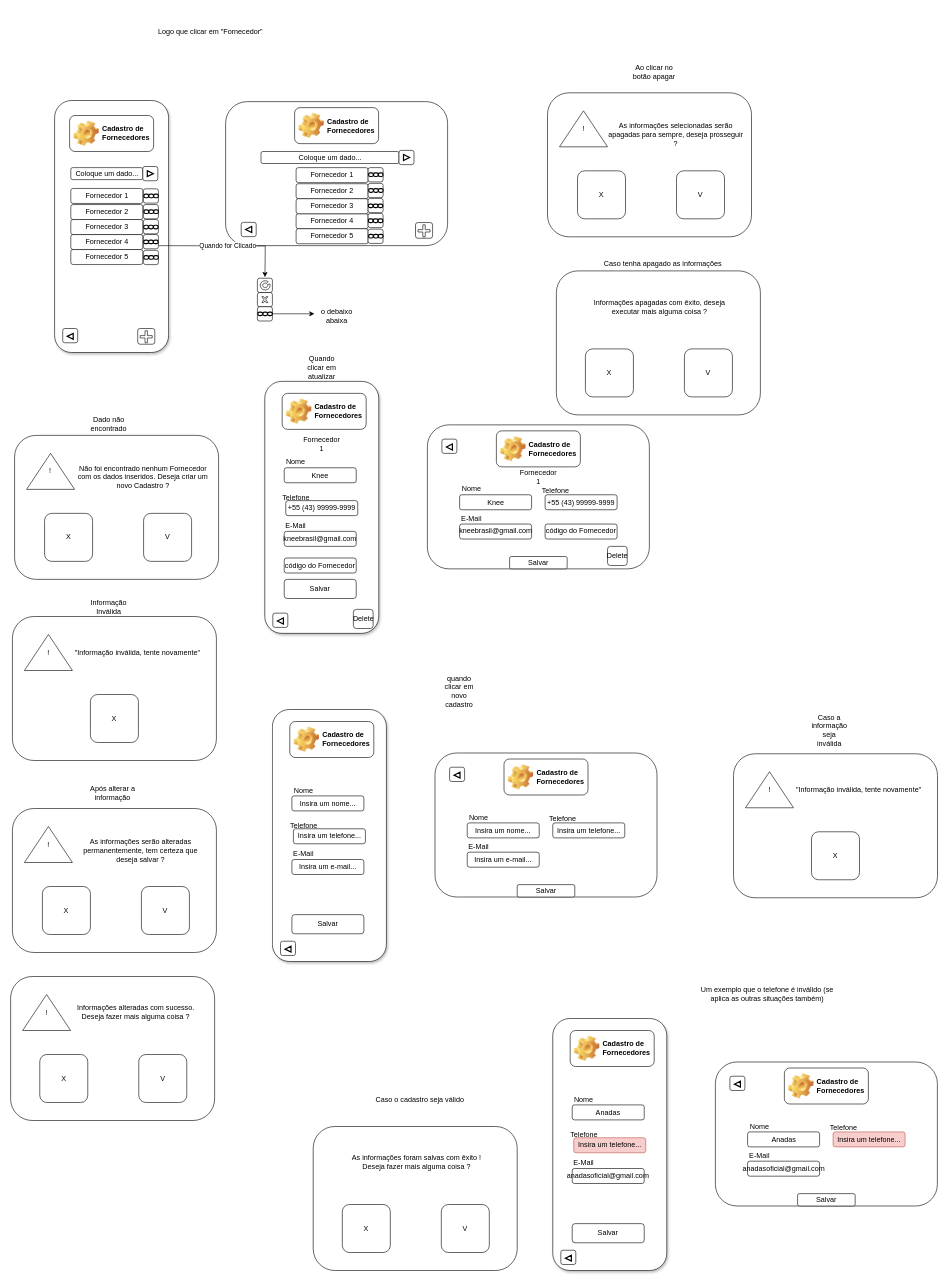
Earlier version of the draw.io diagram page "Cadastro de Fornecedor (telas)" (6 of 14) of DOC/Fluxograma.drawio (GuilhermeIgarashi7/avatar-Fluxograma). Source tidied: cells renumbered, new cells numbered last; positions are measured from the earlier drawing's top-left corner, leaving out a move shared by most shapes. Both pictures are drawn from the tidied source at 60%, with x=0, y=0 at pixel (10, 10).
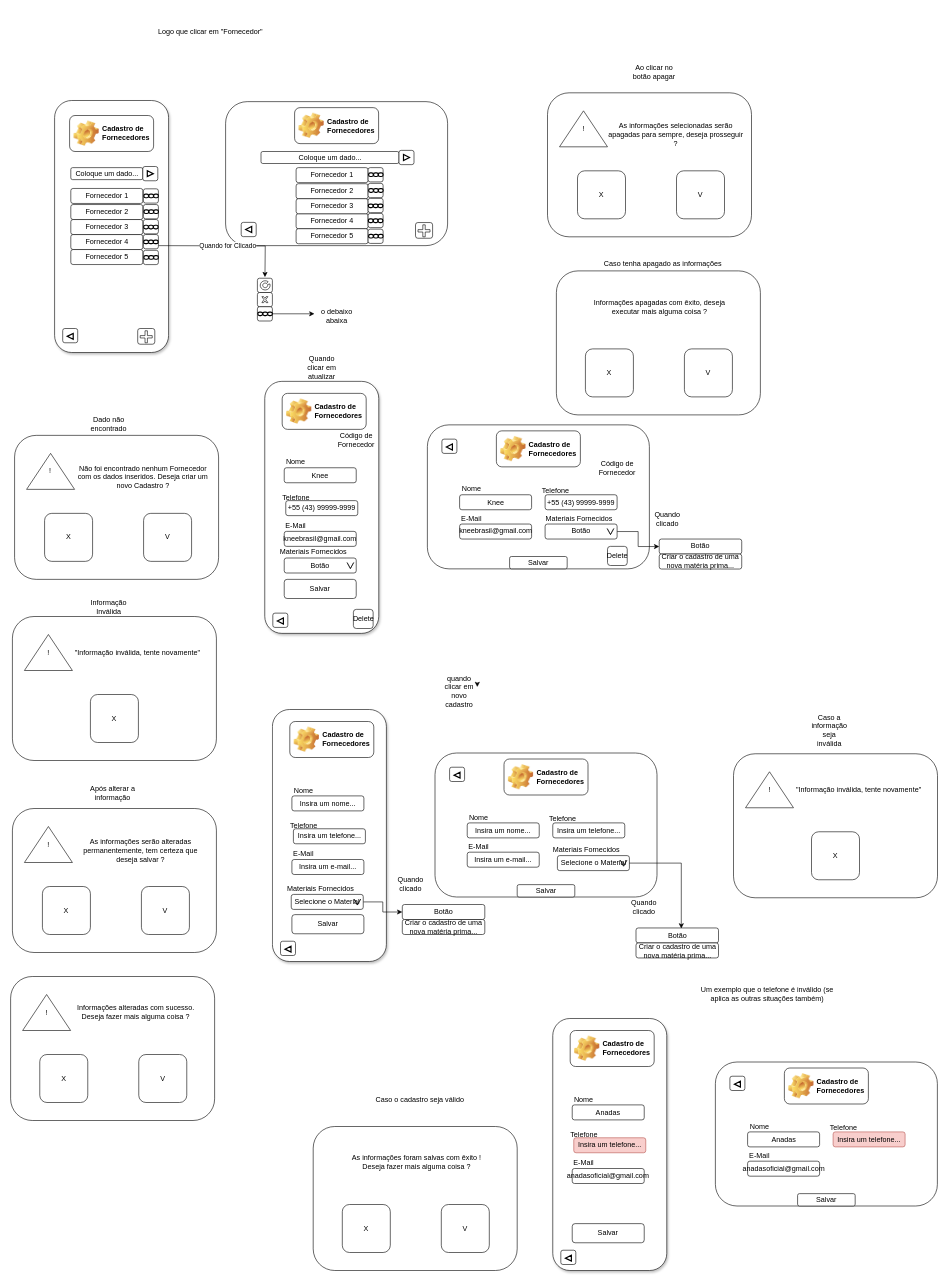
Above is the later version.

The change refers to these unchanged cells:
```xml
<mxCell id="164" value="quando clicar em novo cadastro" style="text;html=1;align=center;verticalAlign=middle;whiteSpace=wrap;rounded=0;" parent="1" vertex="1">
  <mxGeometry x="718" y="1120" width="60" height="30" as="geometry" />
</mxCell>
```

Diff of the diagram source:
```diff
@@
-    <mxCell id="14" value="Fornecedor 1" style="text;html=1;align=center;verticalAlign=middle;whiteSpace=wrap;rounded=0;" parent="1" vertex="1">
-      <mxGeometry x="488.8" y="708.1" width="60" height="30" as="geometry" />
+    <mxCell id="14" value="&lt;blockquote style=&quot;margin: 0 0 0 40px; border: none; padding: 0px;&quot;&gt;Código de Fornecedor&lt;/blockquote&gt;" style="text;html=1;align=center;verticalAlign=middle;whiteSpace=wrap;rounded=0;" parent="1" vertex="1">
+      <mxGeometry x="524.2" y="700.6" width="64.8" height="30" as="geometry" />
     </mxCell>
@@
-    <mxCell id="39" value="Fornecedor 1" style="text;html=1;align=center;verticalAlign=middle;whiteSpace=wrap;rounded=0;" parent="1" vertex="1">
-      <mxGeometry x="849.8" y="763.1" width="60" height="30" as="geometry" />
-    </mxCell>
@@
-    <mxCell id="136" value="código do Fornecedor" style="rounded=1;whiteSpace=wrap;html=1;" parent="1" vertex="1">
+    <mxCell id="136" value="Botão" style="rounded=1;whiteSpace=wrap;html=1;" parent="1" vertex="1">
       <mxGeometry x="456.2" y="912.5" width="120" height="25" as="geometry" />
     </mxCell>
+    <mxCell id="220" style="edgeStyle=orthogonalEdgeStyle;rounded=0;jettySize=auto;html=1;" parent="1" edge="1" source="137" target="226">
+      <mxGeometry relative="1" as="geometry" />
+    </mxCell>
-    <mxCell id="137" value="código do Fornecedor" style="rounded=1;whiteSpace=wrap;html=1;" parent="1" vertex="1">
+    <mxCell id="137" value="Botão" style="rounded=1;whiteSpace=wrap;html=1;" parent="1" vertex="1">
       <mxGeometry x="891" y="855.9" width="120" height="25" as="geometry" />
     </mxCell>
@@
+    <mxCell id="221" value="&lt;blockquote style=&quot;margin: 0 0 0 40px; border: none; padding: 0px;&quot;&gt;Código de Fornecedor&lt;/blockquote&gt;" style="text;html=1;align=center;verticalAlign=middle;whiteSpace=wrap;rounded=0;" parent="1" vertex="1">
+      <mxGeometry x="959" y="748.1" width="64.8" height="30" as="geometry" />
+    </mxCell>
+    <mxCell id="222" value="Materiais Fornecidos" style="text;html=1;align=center;verticalAlign=middle;whiteSpace=wrap;rounded=0;" parent="1" vertex="1">
+      <mxGeometry x="446" y="888" width="118" height="30" as="geometry" />
+    </mxCell>
+    <mxCell id="223" value="Materiais Fornecidos" style="text;html=1;align=center;verticalAlign=middle;whiteSpace=wrap;rounded=0;" parent="1" vertex="1">
+      <mxGeometry x="888.5" y="831.9" width="118" height="30" as="geometry" />
+    </mxCell>
+    <mxCell id="224" style="html=1;shadow=0;dashed=0;align=center;verticalAlign=middle;shape=mxgraph.arrows2.arrow;dy=0;dx=30;notch=30;rotation=90;" parent="1" vertex="1">
+      <mxGeometry x="561.5" y="919.6" width="10" height="11" as="geometry" />
+    </mxCell>
+    <mxCell id="225" style="html=1;shadow=0;dashed=0;align=center;verticalAlign=middle;shape=mxgraph.arrows2.arrow;dy=0;dx=30;notch=30;rotation=90;" parent="1" vertex="1">
+      <mxGeometry x="995" y="862.9" width="10" height="11" as="geometry" />
+    </mxCell>
+    <mxCell id="226" value="Botão" style="rounded=1;whiteSpace=wrap;html=1;" parent="1" vertex="1">
+      <mxGeometry x="1081.2" y="880.9" width="137.5" height="25" as="geometry" />
+    </mxCell>
+    <mxCell id="227" value="Criar o cadastro de uma nova matéria prima..." style="rounded=1;whiteSpace=wrap;html=1;" parent="1" vertex="1">
+      <mxGeometry x="1081.2" y="905.9" width="137.5" height="25" as="geometry" />
+    </mxCell>
+    <mxCell id="228" value="Quando clicado" style="text;html=1;align=center;verticalAlign=middle;whiteSpace=wrap;rounded=0;" parent="1" vertex="1">
+      <mxGeometry x="1064.8" y="832.1" width="60" height="30" as="geometry" />
+    </mxCell>
+    <mxCell id="229" style="edgeStyle=orthogonalEdgeStyle;rounded=0;orthogonalLoop=1;jettySize=auto;html=1;exitX=1;exitY=0;exitDx=0;exitDy=0;entryX=1;entryY=0.25;entryDx=0;entryDy=0;" parent="1" edge="1" source="164" target="164">
+      <mxGeometry relative="1" as="geometry" />
+    </mxCell>
+    <mxCell id="230" style="edgeStyle=orthogonalEdgeStyle;rounded=0;jettySize=auto;html=1;entryX=0;entryY=0.5;entryDx=0;entryDy=0;" parent="1" edge="1" source="231" target="237">
+      <mxGeometry relative="1" as="geometry" />
+    </mxCell>
+    <mxCell id="231" value="Selecione o Material" style="rounded=1;whiteSpace=wrap;html=1;" parent="1" vertex="1">
+      <mxGeometry x="467.9" y="1473.2" width="120" height="25" as="geometry" />
+    </mxCell>
+    <mxCell id="232" value="Materiais Fornecidos" style="text;html=1;align=center;verticalAlign=middle;whiteSpace=wrap;rounded=0;" parent="1" vertex="1">
+      <mxGeometry x="457.6" y="1448.8" width="118" height="30" as="geometry" />
+    </mxCell>
+    <mxCell id="233" style="html=1;shadow=0;dashed=0;align=center;verticalAlign=middle;shape=mxgraph.arrows2.arrow;dy=0;dx=30;notch=30;rotation=90;" parent="1" vertex="1">
+      <mxGeometry x="573.1" y="1480.4" width="10" height="11" as="geometry" />
+    </mxCell>
+    <mxCell id="234" value="Selecione o Material" style="rounded=1;whiteSpace=wrap;html=1;" parent="1" vertex="1">
+      <mxGeometry x="911.5" y="1408.5" width="120" height="25" as="geometry" />
+    </mxCell>
+    <mxCell id="235" value="Materiais Fornecidos" style="text;html=1;align=center;verticalAlign=middle;whiteSpace=wrap;rounded=0;" parent="1" vertex="1">
+      <mxGeometry x="901.2" y="1384" width="118" height="30" as="geometry" />
+    </mxCell>
+    <mxCell id="236" style="html=1;shadow=0;dashed=0;align=center;verticalAlign=middle;shape=mxgraph.arrows2.arrow;dy=0;dx=30;notch=30;rotation=90;" parent="1" vertex="1">
+      <mxGeometry x="1016.8" y="1415.6" width="10" height="11" as="geometry" />
+    </mxCell>
+    <mxCell id="237" value="Botão" style="rounded=1;whiteSpace=wrap;html=1;" parent="1" vertex="1">
+      <mxGeometry x="653" y="1490" width="137.5" height="25" as="geometry" />
+    </mxCell>
+    <mxCell id="238" value="Criar o cadastro de uma nova matéria prima..." style="rounded=1;whiteSpace=wrap;html=1;" parent="1" vertex="1">
+      <mxGeometry x="653" y="1515" width="137.5" height="25" as="geometry" />
+    </mxCell>
+    <mxCell id="239" value="Quando clicado" style="text;html=1;align=center;verticalAlign=middle;whiteSpace=wrap;rounded=0;" parent="1" vertex="1">
+      <mxGeometry x="636.5" y="1441.2" width="60" height="30" as="geometry" />
+    </mxCell>
+    <mxCell id="240" value="Botão" style="rounded=1;whiteSpace=wrap;html=1;" parent="1" vertex="1">
+      <mxGeometry x="1042.5" y="1529.1" width="137.5" height="25" as="geometry" />
+    </mxCell>
+    <mxCell id="241" value="Criar o cadastro de uma nova matéria prima..." style="rounded=1;whiteSpace=wrap;html=1;" parent="1" vertex="1">
+      <mxGeometry x="1042.5" y="1554.1" width="137.5" height="25" as="geometry" />
+    </mxCell>
+    <mxCell id="242" value="Quando clicado" style="text;html=1;align=center;verticalAlign=middle;whiteSpace=wrap;rounded=0;" parent="1" vertex="1">
+      <mxGeometry x="1026" y="1480.4" width="60" height="30" as="geometry" />
+    </mxCell>
+    <mxCell id="243" style="edgeStyle=orthogonalEdgeStyle;rounded=0;jettySize=auto;html=1;entryX=0.549;entryY=0.035;entryDx=0;entryDy=0;entryPerimeter=0;" parent="1" edge="1" source="234" target="240">
+      <mxGeometry relative="1" as="geometry" />
+    </mxCell>
```
